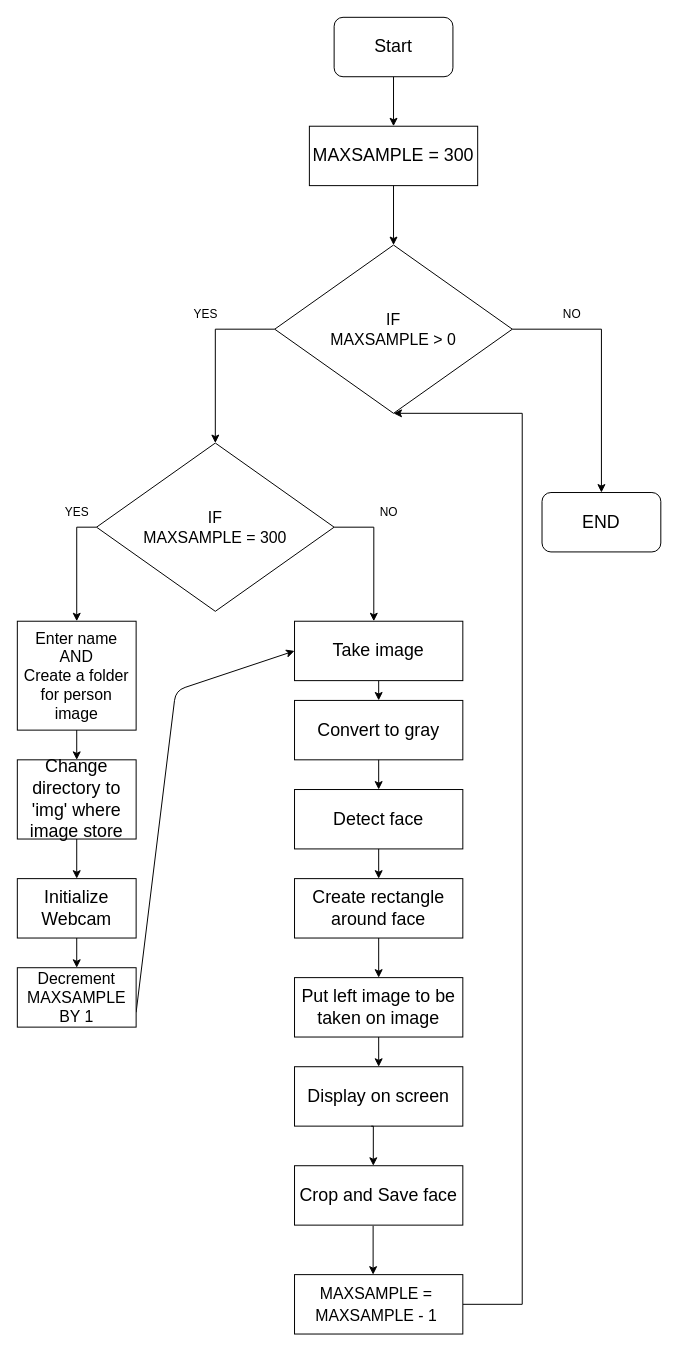
Before: Documentation/Flow Diagram/Upload Image.drawio in prashantsingh2408/Face-Recognition-Attendance-System, a draw.io diagram. Source tidied: cells renumbered, new cells numbered last; positions are measured from the earlier drawing's top-left corner, leaving out a move shared by most shapes. Both pictures are drawn from the tidied source at 99%, with x=0, y=0 at pixel (17, 17).
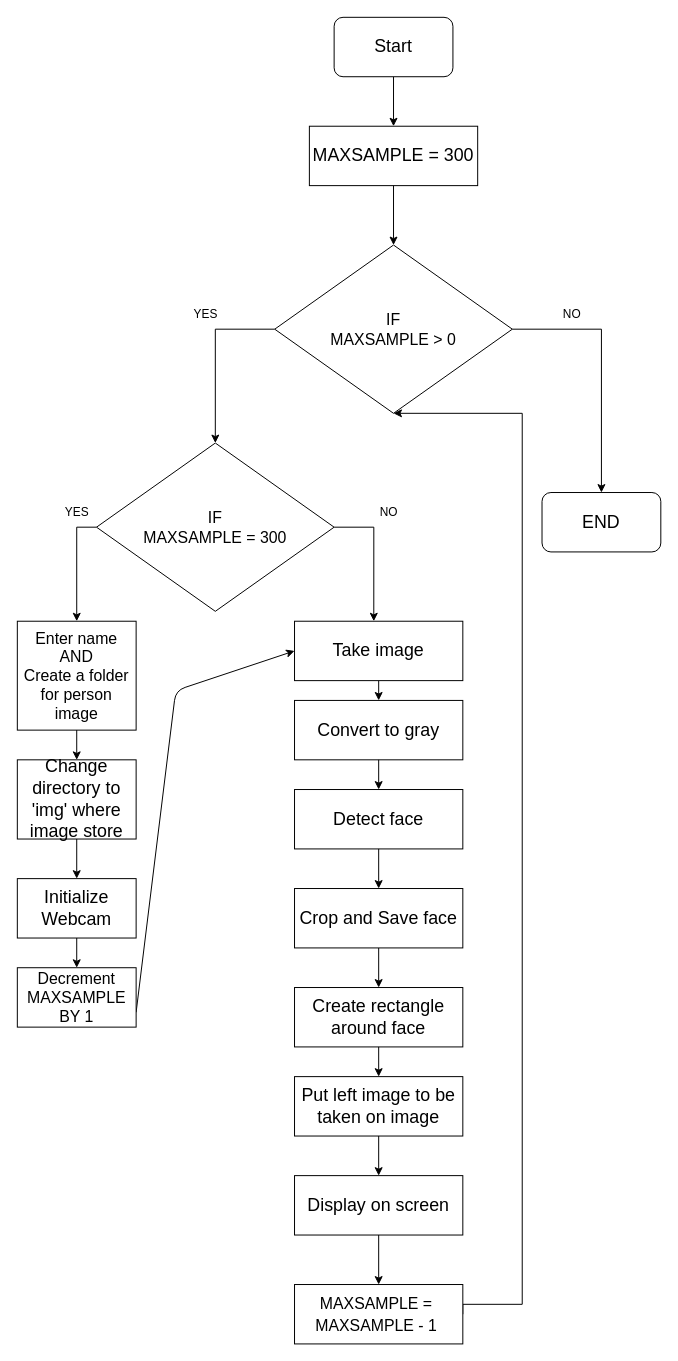
Above is the later version.

The change refers to these unchanged cells:
```xml
<mxCell id="21" value="&lt;span style=&quot;font-size: 18px&quot;&gt;Detect face&lt;/span&gt;" style="rounded=0;whiteSpace=wrap;html=1;" parent="1" vertex="1">
  <mxGeometry x="280" y="780" width="170" height="60" as="geometry" />
</mxCell>
```

Change to the diagram source:
```diff
@@
-    <mxCell id="22" style="edgeStyle=orthogonalEdgeStyle;rounded=0;jettySize=auto;html=1;entryX=0.5;entryY=0;entryDx=0;entryDy=0;exitX=0.5;exitY=1;exitDx=0;exitDy=0;" parent="1" edge="1" source="21" target="23">
+    <mxCell id="22" style="edgeStyle=orthogonalEdgeStyle;rounded=0;jettySize=auto;html=1;exitX=0.5;exitY=1;exitDx=0;exitDy=0;entryX=0.5;entryY=0;entryDx=0;entryDy=0;" parent="1" edge="1" source="21" target="30">
       <mxGeometry relative="1" as="geometry" />
     </mxCell>
     <mxCell id="23" value="&lt;font style=&quot;font-size: 18px&quot;&gt;Create rectangle around face&lt;br&gt;&lt;/font&gt;" style="rounded=0;whiteSpace=wrap;html=1;" parent="1" vertex="1">
-      <mxGeometry x="280" y="870" width="170" height="60" as="geometry" />
+      <mxGeometry x="280" y="980" width="170" height="60" as="geometry" />
     </mxCell>
@@
     <mxCell id="25" value="&lt;font style=&quot;font-size: 18px&quot;&gt;Put left image to be taken on image&lt;br&gt;&lt;/font&gt;" style="rounded=0;whiteSpace=wrap;html=1;" parent="1" vertex="1">
-      <mxGeometry x="280" y="970" width="170" height="60" as="geometry" />
+      <mxGeometry x="280" y="1070" width="170" height="60" as="geometry" />
     </mxCell>
@@
     <mxCell id="27" value="&lt;font style=&quot;font-size: 18px&quot;&gt;Display on screen&lt;br&gt;&lt;/font&gt;" style="rounded=0;whiteSpace=wrap;html=1;" parent="1" vertex="1">
-      <mxGeometry x="280" y="1060" width="170" height="60" as="geometry" />
+      <mxGeometry x="280" y="1170" width="170" height="60" as="geometry" />
     </mxCell>
-    <mxCell id="28" style="edgeStyle=orthogonalEdgeStyle;rounded=0;jettySize=auto;html=1;entryX=0.468;entryY=0;entryDx=0;entryDy=0;entryPerimeter=0;exitX=0.456;exitY=1.001;exitDx=0;exitDy=0;exitPerimeter=0;" parent="1" edge="1" source="27" target="30">
-      <mxGeometry relative="1" as="geometry" />
-    </mxCell>
@@
-    <mxCell id="30" value="&lt;font style=&quot;font-size: 18px&quot;&gt;Crop and Save face&lt;br&gt;&lt;/font&gt;" style="rounded=0;whiteSpace=wrap;html=1;" parent="1" vertex="1">
-      <mxGeometry x="280" y="1160" width="170" height="60" as="geometry" />
-    </mxCell>
@@
     <mxCell id="32" value="&lt;font style=&quot;font-size: 18px&quot;&gt;&lt;span style=&quot;font-size: medium&quot;&gt;MAXSAMPLE =&amp;nbsp;&lt;br&gt;&lt;/span&gt;&lt;span style=&quot;font-size: medium&quot;&gt;MAXSAMPLE - 1&lt;/span&gt;&lt;span style=&quot;font-size: medium&quot;&gt;&amp;nbsp;&lt;/span&gt;&lt;br&gt;&lt;/font&gt;" style="rounded=0;whiteSpace=wrap;html=1;" parent="1" vertex="1">
-      <mxGeometry x="280" y="1270" width="170" height="60" as="geometry" />
+      <mxGeometry x="280" y="1280" width="170" height="60" as="geometry" />
     </mxCell>
-    <mxCell id="33" style="edgeStyle=orthogonalEdgeStyle;rounded=0;jettySize=auto;html=1;exitX=0.467;exitY=1.012;exitDx=0;exitDy=0;exitPerimeter=0;entryX=0.467;entryY=0;entryDx=0;entryDy=0;entryPerimeter=0;" parent="1" edge="1" source="30" target="32">
+    <mxCell id="33" style="edgeStyle=orthogonalEdgeStyle;rounded=0;jettySize=auto;html=1;exitX=0.5;exitY=1;exitDx=0;exitDy=0;entryX=0.5;entryY=0;entryDx=0;entryDy=0;" parent="1" edge="1" source="27" target="32">
       <mxGeometry relative="1" as="geometry" />
     </mxCell>
@@
+    <mxCell id="41" style="edgeStyle=orthogonalEdgeStyle;rounded=0;jettySize=auto;html=1;entryX=0.5;entryY=0;entryDx=0;entryDy=0;entryPerimeter=0;" parent="1" edge="1" source="30" target="23">
+      <mxGeometry relative="1" as="geometry" />
+    </mxCell>
+    <mxCell id="30" value="&lt;font style=&quot;font-size: 18px&quot;&gt;Crop and Save face&lt;br&gt;&lt;/font&gt;" style="rounded=0;whiteSpace=wrap;html=1;" parent="1" vertex="1">
+      <mxGeometry x="280" y="880" width="170" height="60" as="geometry" />
+    </mxCell>
```
